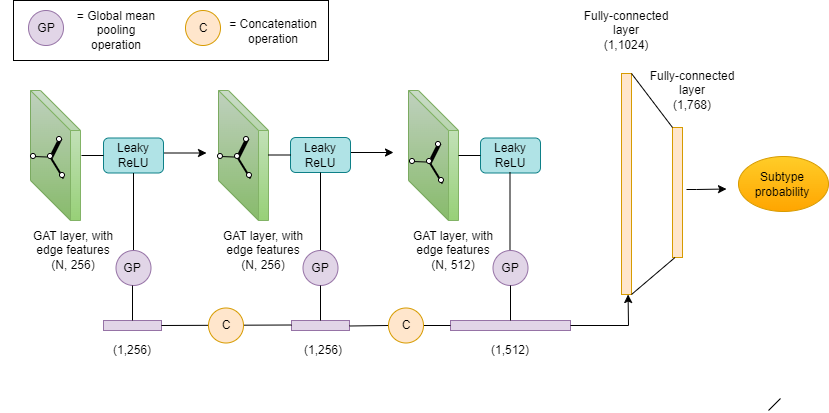
This is Untitled Diagram.drawio.png from lucyOCg/trial-repository, a draw.io export, as it was before one commit. Source tidied: cells renumbered, new cells last; positions are measured from the earlier drawing's top-left corner, leaving out a move shared by most shapes.
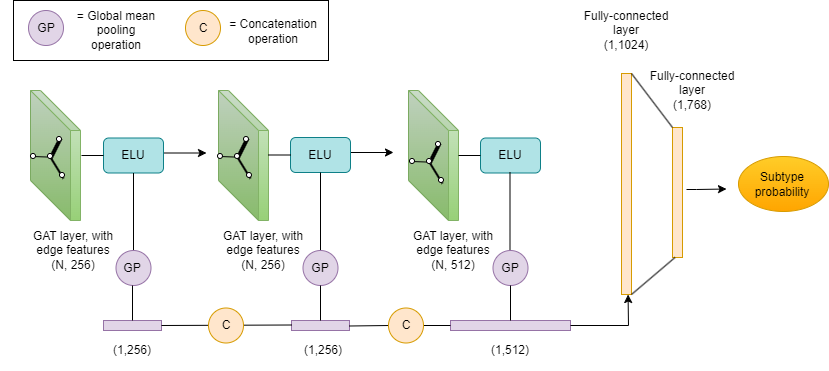
Later version of the same file.

What changed in the source:
```diff
@@ -29,7 +29,7 @@
     <mxCell id="9" value="GAT layer, with edge features&lt;br&gt;(N, 512)" style="text;strokeColor=none;align=center;fillColor=none;html=1;verticalAlign=middle;whiteSpace=wrap;rounded=0;" parent="1" vertex="1">
       <mxGeometry x="408" y="230" width="90" height="40" as="geometry" />
     </mxCell>
-    <mxCell id="10" value="Leaky ReLU" style="rounded=1;whiteSpace=wrap;html=1;fillColor=#b0e3e6;strokeColor=#0e8088;" parent="1" vertex="1">
+    <mxCell id="10" value="ELU" style="rounded=1;whiteSpace=wrap;html=1;fillColor=#b0e3e6;strokeColor=#0e8088;" parent="1" vertex="1">
       <mxGeometry x="103" y="137.5" width="60" height="35" as="geometry" />
     </mxCell>
     <mxCell id="11" style="endArrow=none;html=1;rounded=0;entryX=0;entryY=0.5;entryDx=0;entryDy=0;" parent="1" edge="1" target="10">
@@ -43,7 +43,7 @@
         <mxPoint x="393" y="152" as="targetPoint" />
       </mxGeometry>
     </mxCell>
-    <mxCell id="13" value="Leaky ReLU" style="rounded=1;whiteSpace=wrap;html=1;fillColor=#b0e3e6;strokeColor=#0e8088;" parent="1" vertex="1">
+    <mxCell id="13" value="ELU" style="rounded=1;whiteSpace=wrap;html=1;fillColor=#b0e3e6;strokeColor=#0e8088;" parent="1" vertex="1">
       <mxGeometry x="290" y="137" width="60" height="35" as="geometry" />
     </mxCell>
     <mxCell id="14" style="endArrow=none;html=1;rounded=0;entryX=0;entryY=0.5;entryDx=0;entryDy=0;" parent="1" edge="1" target="13">
@@ -51,7 +51,7 @@
         <mxPoint x="268" y="154.5" as="sourcePoint" />
       </mxGeometry>
     </mxCell>
-    <mxCell id="15" value="Leaky ReLU" style="rounded=1;whiteSpace=wrap;html=1;fillColor=#b0e3e6;strokeColor=#0e8088;" parent="1" vertex="1">
+    <mxCell id="15" value="ELU" style="rounded=1;whiteSpace=wrap;html=1;fillColor=#b0e3e6;strokeColor=#0e8088;" parent="1" vertex="1">
       <mxGeometry x="480" y="137.5" width="60" height="35" as="geometry" />
     </mxCell>
     <mxCell id="16" style="endArrow=none;html=1;rounded=0;entryX=0;entryY=0.5;entryDx=0;entryDy=0;" parent="1" edge="1" target="15">
@@ -218,12 +218,6 @@
     <mxCell id="60" value="= Concatenation operation" style="text;strokeColor=none;align=center;fillColor=none;html=1;verticalAlign=middle;whiteSpace=wrap;rounded=0;" parent="1" vertex="1">
       <mxGeometry x="227.5" y="11" width="90" height="40" as="geometry" />
     </mxCell>
-    <mxCell id="61" style="endArrow=none;html=1;rounded=0;" parent="1" edge="1">
-      <mxGeometry relative="1" as="geometry">
-        <mxPoint x="768" y="410" as="sourcePoint" />
-        <mxPoint x="780" y="398" as="targetPoint" />
-      </mxGeometry>
-    </mxCell>
     <mxCell id="62" style="group;rotation=-30;" parent="1" vertex="1">
       <mxGeometry x="414" y="146" width="40" height="38.5" as="geometry" />
     </mxCell>
```
